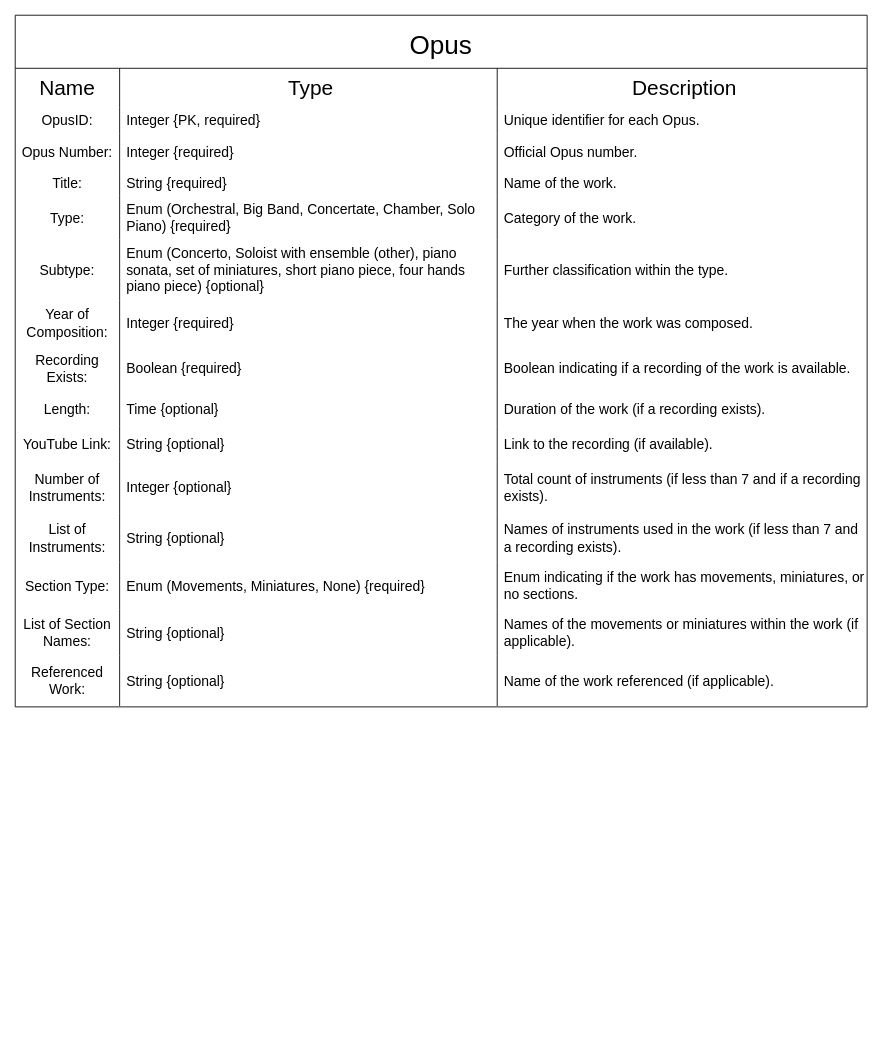
This is kapustin.drawio from alixvox/kapustin-api, a draw.io file, before an edit. Source tidied: cells renumbered, new cells numbered last; positions are measured from the earlier drawing's top-left corner, leaving out a move shared by most shapes. Both pictures are drawn from the tidied source at 87%, with x=0, y=0 at pixel (15, 15).
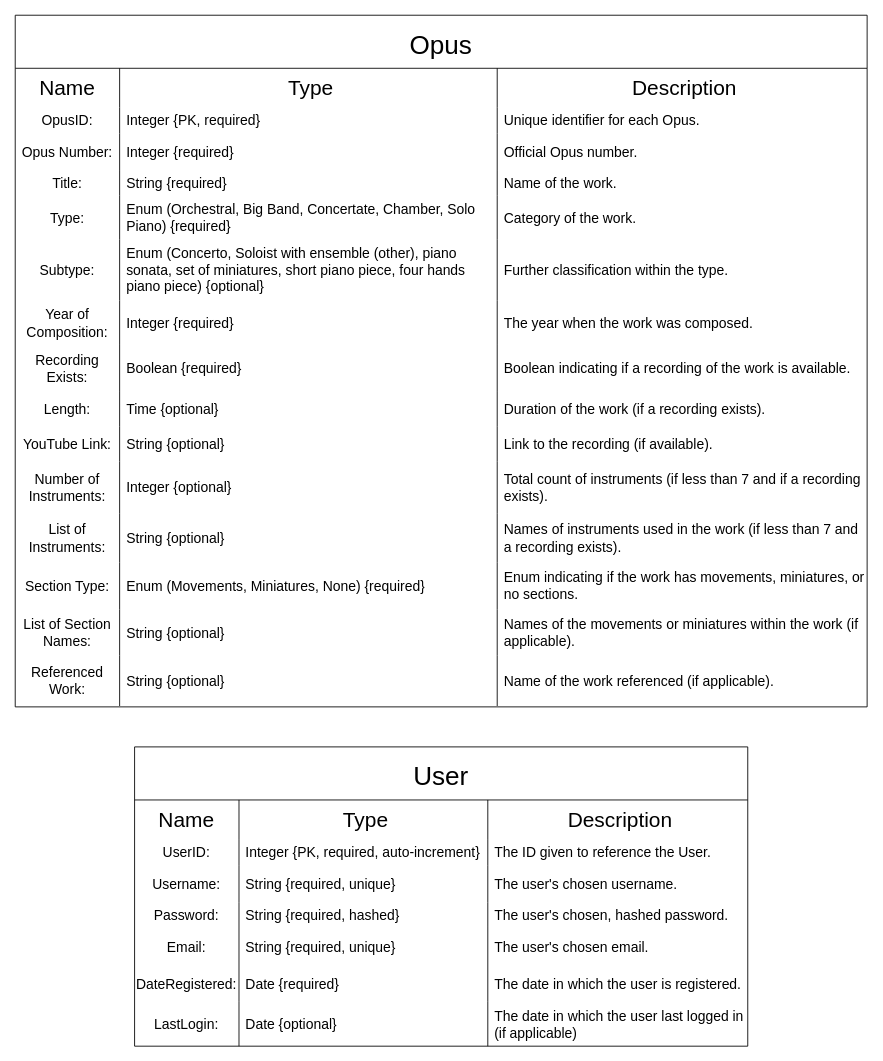
Above is the later version.

Diff of the diagram source:
```diff
@@
+    <mxCell id="63" value="User" style="shape=table;startSize=61;childLayout=tableLayout;rowLines=0;fontStyle=0;strokeColor=default;fontSize=30;" parent="1" vertex="1">
+      <mxGeometry x="137.2" y="841" width="704.8" height="344" as="geometry" />
+    </mxCell>
+    <mxCell id="64" style="shape=tableRow;horizontal=0;startSize=0;swimlaneHead=0;swimlaneBody=0;top=0;left=0;bottom=0;right=0;fillColor=none;strokeColor=inherit;fontSize=16;" parent="63" vertex="1">
+      <mxGeometry y="61" width="704.8" height="45" as="geometry" />
+    </mxCell>
+    <mxCell id="65" value="Name" style="shape=partialRectangle;html=1;whiteSpace=wrap;fillColor=none;top=0;left=0;bottom=0;right=0;overflow=hidden;strokeColor=inherit;fontSize=24;" parent="64" vertex="1">
+      <mxGeometry width="120" height="45" as="geometry" />
+    </mxCell>
+    <mxCell id="66" value="Type" style="shape=partialRectangle;html=1;whiteSpace=wrap;fillColor=none;top=0;left=0;bottom=0;right=0;align=center;spacingLeft=6;overflow=hidden;strokeColor=inherit;fontSize=24;" parent="64" vertex="1">
+      <mxGeometry x="120" width="286" height="45" as="geometry" />
+    </mxCell>
+    <mxCell id="67" value="Description" style="shape=partialRectangle;html=1;whiteSpace=wrap;fillColor=none;top=0;left=0;bottom=0;right=0;align=center;spacingLeft=6;overflow=hidden;strokeColor=inherit;fontSize=24;" parent="64" vertex="1">
+      <mxGeometry x="406" width="299" height="45" as="geometry" />
+    </mxCell>
+    <mxCell id="68" style="shape=tableRow;horizontal=0;startSize=0;swimlaneHead=0;swimlaneBody=0;top=0;left=0;bottom=0;right=0;fillColor=none;strokeColor=inherit;fontSize=16;" parent="63" vertex="1">
+      <mxGeometry y="106" width="704.8" height="30" as="geometry" />
+    </mxCell>
+    <mxCell id="69" value="UserID:" style="shape=partialRectangle;html=1;whiteSpace=wrap;fillColor=none;top=0;left=0;bottom=0;right=0;overflow=hidden;strokeColor=inherit;fontSize=16;" parent="68" vertex="1">
+      <mxGeometry width="120" height="30" as="geometry" />
+    </mxCell>
+    <mxCell id="70" value="Integer {PK, required, auto-increment}" style="shape=partialRectangle;html=1;whiteSpace=wrap;fillColor=none;top=0;left=0;bottom=0;right=0;align=left;spacingLeft=6;overflow=hidden;strokeColor=inherit;fontSize=16;" parent="68" vertex="1">
+      <mxGeometry x="120" width="286" height="30" as="geometry" />
+    </mxCell>
+    <mxCell id="71" value="The ID given to reference the User." style="shape=partialRectangle;html=1;whiteSpace=wrap;fillColor=none;top=0;left=0;bottom=0;right=0;align=left;spacingLeft=6;overflow=hidden;strokeColor=inherit;fontSize=16;" parent="68" vertex="1">
+      <mxGeometry x="406" width="299" height="30" as="geometry" />
+    </mxCell>
+    <mxCell id="72" style="shape=tableRow;horizontal=0;startSize=0;swimlaneHead=0;swimlaneBody=0;top=0;left=0;bottom=0;right=0;fillColor=none;strokeColor=inherit;fontSize=16;" parent="63" vertex="1">
+      <mxGeometry y="136" width="704.8" height="43" as="geometry" />
+    </mxCell>
+    <mxCell id="73" value="Username:" style="shape=partialRectangle;html=1;whiteSpace=wrap;fillColor=none;top=0;left=0;bottom=0;right=0;overflow=hidden;strokeColor=inherit;fontSize=16;" parent="72" vertex="1">
+      <mxGeometry width="120" height="43" as="geometry" />
+    </mxCell>
+    <mxCell id="74" value="String {required, unique}" style="shape=partialRectangle;html=1;whiteSpace=wrap;fillColor=none;top=0;left=0;bottom=0;right=0;align=left;spacingLeft=6;overflow=hidden;strokeColor=inherit;fontSize=16;" parent="72" vertex="1">
+      <mxGeometry x="120" width="286" height="43" as="geometry" />
+    </mxCell>
+    <mxCell id="75" value="The user's chosen username." style="shape=partialRectangle;html=1;whiteSpace=wrap;fillColor=none;top=0;left=0;bottom=0;right=0;align=left;spacingLeft=6;overflow=hidden;strokeColor=inherit;fontSize=16;" parent="72" vertex="1">
+      <mxGeometry x="406" width="299" height="43" as="geometry" />
+    </mxCell>
+    <mxCell id="76" style="shape=tableRow;horizontal=0;startSize=0;swimlaneHead=0;swimlaneBody=0;top=0;left=0;bottom=0;right=0;fillColor=none;strokeColor=inherit;fontSize=16;" parent="63" vertex="1">
+      <mxGeometry y="179" width="704.8" height="28" as="geometry" />
+    </mxCell>
+    <mxCell id="77" value="Password:" style="shape=partialRectangle;html=1;whiteSpace=wrap;fillColor=none;top=0;left=0;bottom=0;right=0;overflow=hidden;strokeColor=inherit;fontSize=16;" parent="76" vertex="1">
+      <mxGeometry width="120" height="28" as="geometry" />
+    </mxCell>
+    <mxCell id="78" value="String {required, hashed}" style="shape=partialRectangle;html=1;whiteSpace=wrap;fillColor=none;top=0;left=0;bottom=0;right=0;align=left;spacingLeft=6;overflow=hidden;strokeColor=inherit;fontSize=16;" parent="76" vertex="1">
+      <mxGeometry x="120" width="286" height="28" as="geometry" />
+    </mxCell>
+    <mxCell id="79" value="&lt;span style=&quot;color: rgb(0, 0, 0); font-family: Helvetica; font-size: 16px; font-style: normal; font-variant-ligatures: normal; font-variant-caps: normal; font-weight: 400; letter-spacing: normal; orphans: 2; text-align: left; text-indent: 0px; text-transform: none; widows: 2; word-spacing: 0px; -webkit-text-stroke-width: 0px; background-color: rgb(255, 255, 255); text-decoration-thickness: initial; text-decoration-style: initial; text-decoration-color: initial; float: none; display: inline !important;&quot;&gt;The user's chosen, hashed password.&lt;/span&gt;" style="shape=partialRectangle;html=1;whiteSpace=wrap;fillColor=none;top=0;left=0;bottom=0;right=0;align=left;spacingLeft=6;overflow=hidden;strokeColor=inherit;fontSize=16;" parent="76" vertex="1">
+      <mxGeometry x="406" width="299" height="28" as="geometry" />
+    </mxCell>
+    <mxCell id="80" style="shape=tableRow;horizontal=0;startSize=0;swimlaneHead=0;swimlaneBody=0;top=0;left=0;bottom=0;right=0;fillColor=none;strokeColor=inherit;fontSize=16;" parent="63" vertex="1">
+      <mxGeometry y="207" width="704.8" height="46" as="geometry" />
+    </mxCell>
+    <mxCell id="81" value="Email:" style="shape=partialRectangle;html=1;whiteSpace=wrap;fillColor=none;top=0;left=0;bottom=0;right=0;overflow=hidden;strokeColor=inherit;fontSize=16;" parent="80" vertex="1">
+      <mxGeometry width="120" height="46" as="geometry" />
+    </mxCell>
+    <mxCell id="82" value="String {required, unique}" style="shape=partialRectangle;html=1;whiteSpace=wrap;fillColor=none;top=0;left=0;bottom=0;right=0;align=left;spacingLeft=6;overflow=hidden;strokeColor=inherit;fontSize=16;" parent="80" vertex="1">
+      <mxGeometry x="120" width="286" height="46" as="geometry" />
+    </mxCell>
+    <mxCell id="83" value="&lt;span style=&quot;color: rgb(0, 0, 0); font-family: Helvetica; font-size: 16px; font-style: normal; font-variant-ligatures: normal; font-variant-caps: normal; font-weight: 400; letter-spacing: normal; orphans: 2; text-align: left; text-indent: 0px; text-transform: none; widows: 2; word-spacing: 0px; -webkit-text-stroke-width: 0px; background-color: rgb(255, 255, 255); text-decoration-thickness: initial; text-decoration-style: initial; text-decoration-color: initial; float: none; display: inline !important;&quot;&gt;The user's chosen email.&lt;/span&gt;" style="shape=partialRectangle;html=1;whiteSpace=wrap;fillColor=none;top=0;left=0;bottom=0;right=0;align=left;spacingLeft=6;overflow=hidden;strokeColor=inherit;fontSize=16;" parent="80" vertex="1">
+      <mxGeometry x="406" width="299" height="46" as="geometry" />
+    </mxCell>
+    <mxCell id="84" style="shape=tableRow;horizontal=0;startSize=0;swimlaneHead=0;swimlaneBody=0;top=0;left=0;bottom=0;right=0;fillColor=none;strokeColor=inherit;fontSize=16;" parent="63" vertex="1">
+      <mxGeometry y="253" width="704.8" height="40" as="geometry" />
+    </mxCell>
+    <mxCell id="85" value="DateRegistered:" style="shape=partialRectangle;html=1;whiteSpace=wrap;fillColor=none;top=0;left=0;bottom=0;right=0;overflow=hidden;strokeColor=inherit;fontSize=16;" parent="84" vertex="1">
+      <mxGeometry width="120" height="40" as="geometry" />
+    </mxCell>
+    <mxCell id="86" value="Date {required}" style="shape=partialRectangle;html=1;whiteSpace=wrap;fillColor=none;top=0;left=0;bottom=0;right=0;align=left;spacingLeft=6;overflow=hidden;strokeColor=inherit;fontSize=16;" parent="84" vertex="1">
+      <mxGeometry x="120" width="286" height="40" as="geometry" />
+    </mxCell>
+    <mxCell id="87" value="&lt;span style=&quot;color: rgb(0, 0, 0); font-family: Helvetica; font-size: 16px; font-style: normal; font-variant-ligatures: normal; font-variant-caps: normal; font-weight: 400; letter-spacing: normal; orphans: 2; text-align: left; text-indent: 0px; text-transform: none; widows: 2; word-spacing: 0px; -webkit-text-stroke-width: 0px; background-color: rgb(255, 255, 255); text-decoration-thickness: initial; text-decoration-style: initial; text-decoration-color: initial; float: none; display: inline !important;&quot;&gt;The date in which the user is registered.&lt;/span&gt;" style="shape=partialRectangle;html=1;whiteSpace=wrap;fillColor=none;top=0;left=0;bottom=0;right=0;align=left;spacingLeft=6;overflow=hidden;strokeColor=inherit;fontSize=16;" parent="84" vertex="1">
+      <mxGeometry x="406" width="299" height="40" as="geometry" />
+    </mxCell>
+    <mxCell id="88" style="shape=tableRow;horizontal=0;startSize=0;swimlaneHead=0;swimlaneBody=0;top=0;left=0;bottom=0;right=0;fillColor=none;strokeColor=inherit;fontSize=16;" parent="63" vertex="1">
+      <mxGeometry y="293" width="704.8" height="51" as="geometry" />
+    </mxCell>
+    <mxCell id="89" value="LastLogin:" style="shape=partialRectangle;html=1;whiteSpace=wrap;fillColor=none;top=0;left=0;bottom=0;right=0;overflow=hidden;strokeColor=inherit;fontSize=16;" parent="88" vertex="1">
+      <mxGeometry width="120" height="51" as="geometry" />
+    </mxCell>
+    <mxCell id="90" value="Date {optional}" style="shape=partialRectangle;html=1;whiteSpace=wrap;fillColor=none;top=0;left=0;bottom=0;right=0;align=left;spacingLeft=6;overflow=hidden;strokeColor=inherit;fontSize=16;" parent="88" vertex="1">
+      <mxGeometry x="120" width="286" height="51" as="geometry" />
+    </mxCell>
+    <mxCell id="91" value="&lt;span style=&quot;color: rgb(0, 0, 0); font-family: Helvetica; font-size: 16px; font-style: normal; font-variant-ligatures: normal; font-variant-caps: normal; font-weight: 400; letter-spacing: normal; orphans: 2; text-align: left; text-indent: 0px; text-transform: none; widows: 2; word-spacing: 0px; -webkit-text-stroke-width: 0px; background-color: rgb(255, 255, 255); text-decoration-thickness: initial; text-decoration-style: initial; text-decoration-color: initial; float: none; display: inline !important;&quot;&gt;The date in which the user last logged in (if applicable)&lt;/span&gt;" style="shape=partialRectangle;html=1;whiteSpace=wrap;fillColor=none;top=0;left=0;bottom=0;right=0;align=left;spacingLeft=6;overflow=hidden;strokeColor=inherit;fontSize=16;" parent="88" vertex="1">
+      <mxGeometry x="406" width="299" height="51" as="geometry" />
+    </mxCell>
```
